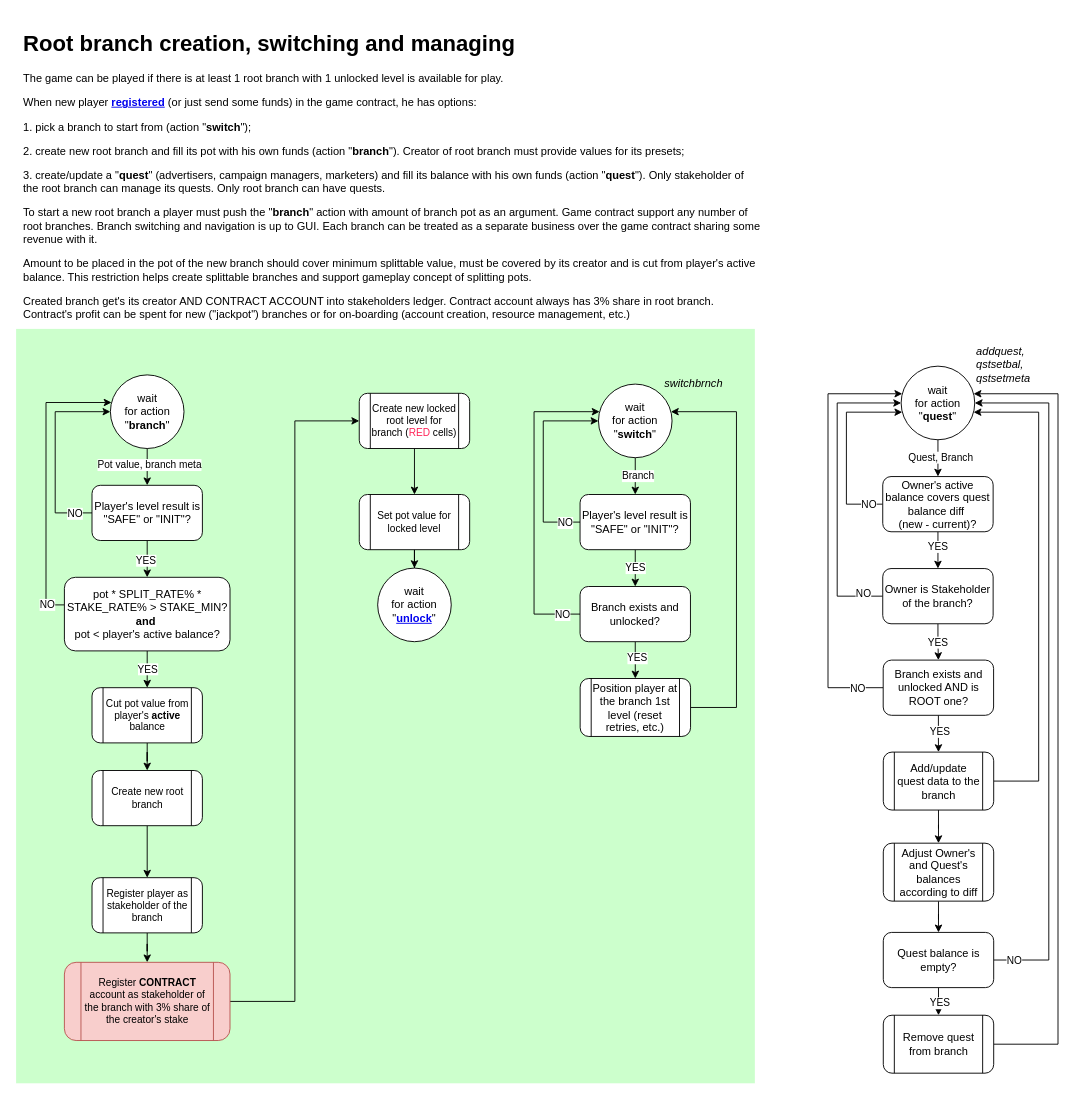
Above: page "branch" (4 of 15) of ia/WOFFLER IA.drawio in cptn-solo/woffler_contract (draw.io), before the change. Source tidied: cells renumbered, new cells numbered last; positions are measured from the earlier drawing's top-left corner, leaving out a move shared by most shapes. Both pictures are drawn from the tidied source at 92%, with x=0, y=0 at pixel (16, 25).
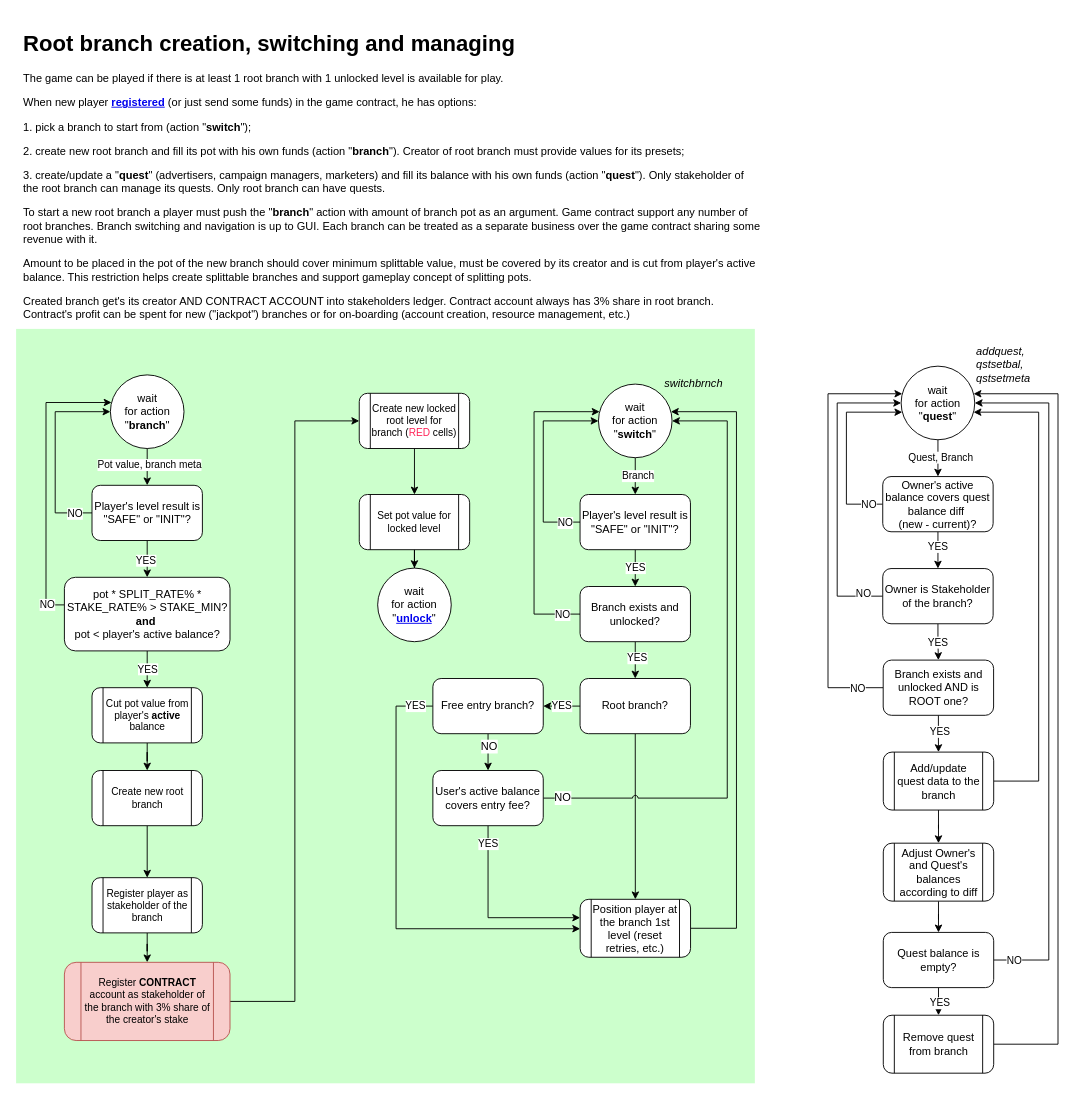
The same diagram, later.

Commit message (it also covers changes not shown here):
#39 `Bet for split` action (`splitbet`): added threshold to `stkaddval` action to prevent minimal staking; IA - start thinking about paid branch entry;

The change refers to these unchanged cells:
```xml
<mxCell id="10" value="wait &lt;br&gt;for action&lt;br&gt;&quot;&lt;b&gt;switch&lt;/b&gt;&quot;" style="ellipse;whiteSpace=wrap;html=1;rounded=1;shadow=0;glass=0;align=center;" parent="3" vertex="1">
  <mxGeometry x="633" y="390" width="80" height="80" as="geometry" />
</mxCell>
<mxCell id="36" value="Branch exists and unlocked?" style="rounded=1;whiteSpace=wrap;html=1;shadow=0;glass=0;strokeColor=#000000;align=center;" parent="3" vertex="1">
  <mxGeometry x="613" y="610" width="120" height="60" as="geometry" />
</mxCell>
```

Change to the diagram source:
```diff
@@
-    <mxCell id="34" style="edgeStyle=orthogonalEdgeStyle;rounded=0;jettySize=auto;html=1;" parent="3" edge="1" source="36" target="38">
+    <mxCell id="34" style="edgeStyle=orthogonalEdgeStyle;rounded=0;jettySize=auto;html=1;" parent="3" edge="1" source="36" target="84">
       <mxGeometry relative="1" as="geometry" />
     </mxCell>
@@
     <mxCell id="37" style="edgeStyle=orthogonalEdgeStyle;rounded=0;jettySize=auto;html=1;" parent="3" edge="1" source="38" target="10">
       <mxGeometry relative="1" as="geometry">
         <Array as="points">
-          <mxPoint x="783" y="742" />
+          <mxPoint x="783" y="982" />
           <mxPoint x="783" y="420" />
         </Array>
       </mxGeometry>
     </mxCell>
     <mxCell id="38" value="&lt;div style=&quot;text-align: center&quot;&gt;&lt;span&gt;Position player at the branch 1st level (reset retries, etc.)&lt;/span&gt;&lt;/div&gt;" style="shape=process;rounded=1;whiteSpace=wrap;html=1;shadow=0;glass=0;strokeColor=#000000;align=center;" parent="3" vertex="1">
-      <mxGeometry x="613.1" y="710" width="120" height="63" as="geometry" />
+      <mxGeometry x="613.1" y="950" width="120" height="63" as="geometry" />
     </mxCell>
@@
+    <mxCell id="82" value="YES" style="edgeStyle=orthogonalEdgeStyle;rounded=0;jumpStyle=arc;jettySize=auto;html=1;" parent="3" edge="1" source="87" target="38">
+      <mxGeometry x="-0.92" relative="1" as="geometry">
+        <Array as="points">
+          <mxPoint x="413" y="740" />
+          <mxPoint x="413" y="982" />
+        </Array>
+      </mxGeometry>
+    </mxCell>
+    <mxCell id="83" style="edgeStyle=orthogonalEdgeStyle;rounded=0;jumpStyle=arc;jettySize=auto;html=1;" parent="3" edge="1" source="84" target="38">
+      <mxGeometry relative="1" as="geometry" />
+    </mxCell>
+    <mxCell id="84" value="Root branch?" style="rounded=1;whiteSpace=wrap;html=1;shadow=0;glass=0;strokeColor=#000000;align=center;" parent="3" vertex="1">
+      <mxGeometry x="613" y="710" width="120" height="60" as="geometry" />
+    </mxCell>
+    <mxCell id="85" style="edgeStyle=orthogonalEdgeStyle;rounded=0;jumpStyle=arc;jettySize=auto;html=1;" parent="3" edge="1" source="87" target="91">
+      <mxGeometry relative="1" as="geometry" />
+    </mxCell>
+    <mxCell id="86" value="NO" style="text;html=1;align=center;verticalAlign=middle;labelBackgroundColor=#ffffff;" parent="85" vertex="1">
+      <mxGeometry x="-0.33" relative="1" as="geometry" />
+    </mxCell>
+    <mxCell id="87" value="Free entry branch?" style="rounded=1;whiteSpace=wrap;html=1;shadow=0;glass=0;strokeColor=#000000;align=center;" parent="3" vertex="1">
+      <mxGeometry x="453" y="710" width="120" height="60" as="geometry" />
+    </mxCell>
+    <mxCell id="88" value="YES" style="edgeStyle=orthogonalEdgeStyle;rounded=0;jumpStyle=arc;jettySize=auto;html=1;" parent="3" edge="1" source="91" target="38">
+      <mxGeometry x="-0.8" relative="1" as="geometry">
+        <Array as="points">
+          <mxPoint x="513" y="970" />
+        </Array>
+      </mxGeometry>
+    </mxCell>
+    <mxCell id="89" style="edgeStyle=orthogonalEdgeStyle;rounded=0;jumpStyle=arc;jettySize=auto;html=1;" parent="3" edge="1" source="91" target="10">
+      <mxGeometry relative="1" as="geometry">
+        <Array as="points">
+          <mxPoint x="773" y="840" />
+          <mxPoint x="773" y="430" />
+        </Array>
+      </mxGeometry>
+    </mxCell>
+    <mxCell id="90" value="NO" style="text;html=1;align=center;verticalAlign=middle;labelBackgroundColor=#ffffff;" parent="89" vertex="1">
+      <mxGeometry x="-0.94" y="1" relative="1" as="geometry" />
+    </mxCell>
+    <mxCell id="91" value="User's active balance covers entry fee?" style="rounded=1;whiteSpace=wrap;html=1;shadow=0;glass=0;strokeColor=#000000;align=center;" parent="3" vertex="1">
+      <mxGeometry x="453" y="810" width="120" height="60" as="geometry" />
+    </mxCell>
+    <mxCell id="92" value="YES" style="edgeStyle=orthogonalEdgeStyle;rounded=0;jumpStyle=arc;jettySize=auto;html=1;" parent="3" edge="1" source="84" target="87">
+      <mxGeometry relative="1" as="geometry" />
+    </mxCell>
```
